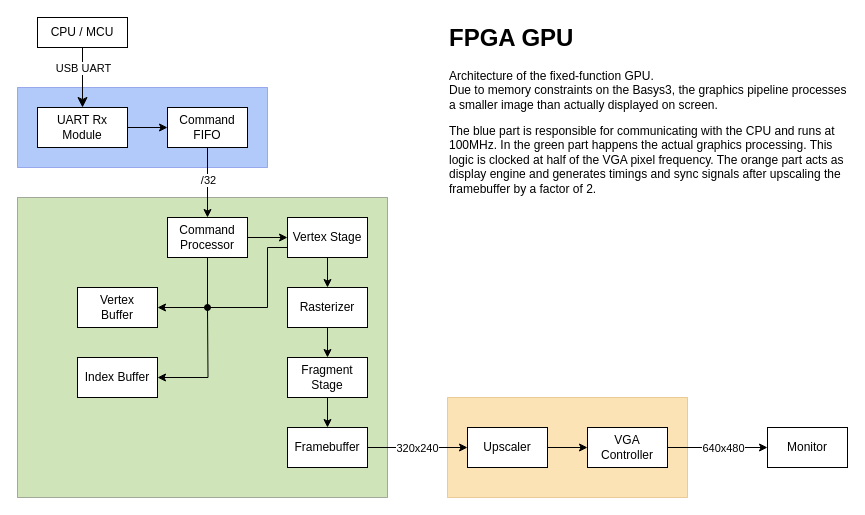
This is docs/tiny_gpu.drawio from x-vmaier/fpga-gpu, a draw.io file, before an edit. Source tidied: cells renumbered, new cells numbered last; positions are measured from the earlier drawing's top-left corner, leaving out a move shared by most shapes. Both pictures are drawn from the tidied source at 100%, with x=0, y=0 at pixel (17, 17).
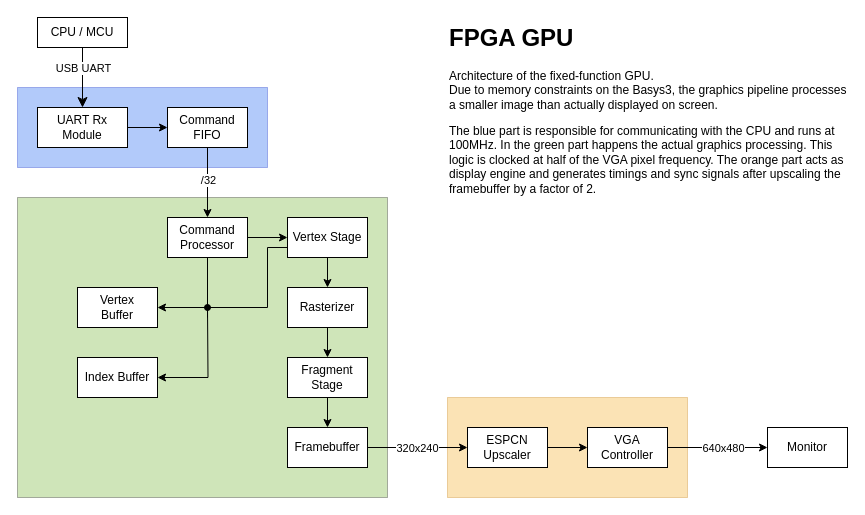
The same diagram, later.

Commit message:
Update target architecture

Diff of the diagram source:
```diff
@@
-    <mxCell id="34" value="Upscaler" style="rounded=0;whiteSpace=wrap;html=1;" parent="1" vertex="1">
+    <mxCell id="34" value="ESPCN&lt;div&gt;Upscaler&lt;/div&gt;" style="rounded=0;whiteSpace=wrap;html=1;" parent="1" vertex="1">
       <mxGeometry x="450" y="410" width="80" height="40" as="geometry" />
     </mxCell>
```
